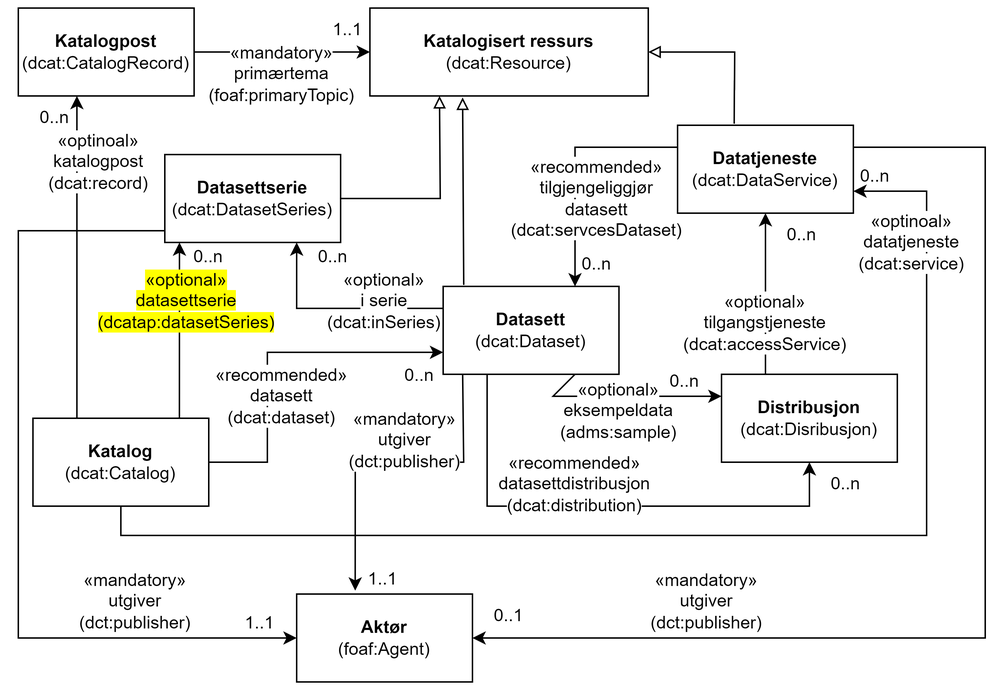
Earlier version of the draw.io export docs/images/DCAT-AP-NO-forenklet-modell.png (Informasjonsforvaltning/dcat-ap-no). Source tidied: cells renumbered, new cells last; positions are measured from the earlier drawing's top-left corner, leaving out a move shared by most shapes.
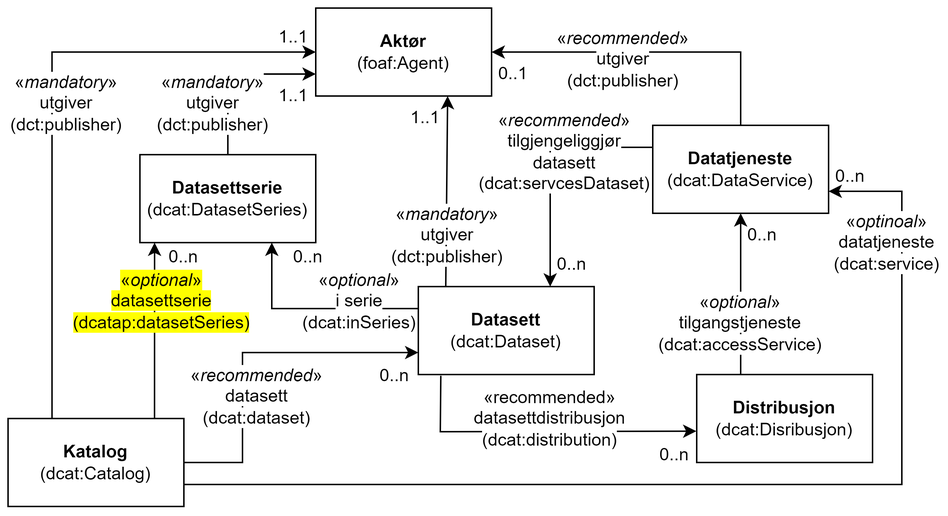
Above is the later version.

Commit message:
Oppdaterer modellen

Change to the diagram source:
```diff
@@ -5,9 +5,6 @@
     <mxCell id="2" value="&lt;b&gt;Datasett&lt;/b&gt;&lt;br&gt;(dcat:Dataset)" style="rounded=0;whiteSpace=wrap;html=1;" parent="1" vertex="1">
       <mxGeometry x="290" y="190" width="120" height="60" as="geometry" />
     </mxCell>
-    <mxCell id="3" value="&lt;b&gt;Katalogisert ressurs&lt;/b&gt;&lt;br&gt;(dcat:Resource)" style="rounded=0;whiteSpace=wrap;html=1;" parent="1" vertex="1">
-      <mxGeometry x="240" width="190" height="60" as="geometry" />
-    </mxCell>
     <mxCell id="4" value="&lt;b&gt;Distribusjon&lt;/b&gt;&lt;br&gt;(dcat:Disribusjon)" style="rounded=0;whiteSpace=wrap;html=1;" parent="1" vertex="1">
       <mxGeometry x="480" y="250" width="120" height="60" as="geometry" />
     </mxCell>
@@ -15,59 +12,30 @@
       <mxGeometry x="100" y="100" width="120" height="60" as="geometry" />
     </mxCell>
     <mxCell id="6" value="&lt;b&gt;Aktør&lt;/b&gt;&lt;br&gt;(foaf:Agent)" style="rounded=0;whiteSpace=wrap;html=1;" parent="1" vertex="1">
-      <mxGeometry x="190" y="400" width="120" height="60" as="geometry" />
+      <mxGeometry x="220" width="120" height="60" as="geometry" />
     </mxCell>
     <mxCell id="7" value="&lt;b&gt;Katalog&lt;br&gt;&lt;/b&gt;(dcat:Catalog)" style="rounded=0;whiteSpace=wrap;html=1;" parent="1" vertex="1">
       <mxGeometry x="10" y="280" width="120" height="60" as="geometry" />
     </mxCell>
-    <mxCell id="8" value="&lt;b&gt;Katalogpost&lt;br&gt;&lt;/b&gt;(dcat:CatalogRecord)" style="rounded=0;whiteSpace=wrap;html=1;" parent="1" vertex="1">
-      <mxGeometry width="120" height="60" as="geometry" />
-    </mxCell>
     <mxCell id="9" value="&lt;b&gt;Datatjeneste&lt;br&gt;&lt;/b&gt;(dcat:DataService)" style="rounded=0;whiteSpace=wrap;html=1;" parent="1" vertex="1">
       <mxGeometry x="450" y="80" width="120" height="60" as="geometry" />
     </mxCell>
-    <mxCell id="10" style="endArrow=classic;html=1;rounded=0;entryX=0;entryY=0.25;entryDx=0;entryDy=0;exitX=0.75;exitY=1;exitDx=0;exitDy=0;" parent="1" edge="1" source="2" target="4">
-      <mxGeometry relative="1" as="geometry">
-        <Array as="points">
-          <mxPoint x="365" y="265" />
-        </Array>
-      </mxGeometry>
-    </mxCell>
-    <mxCell id="11" style="endArrow=classic;html=1;rounded=0;entryX=0.5;entryY=1;entryDx=0;entryDy=0;exitX=0.25;exitY=1;exitDx=0;exitDy=0;" parent="1" edge="1" source="2" target="4">
+    <mxCell id="11" style="endArrow=classic;html=1;rounded=0;entryX=-0.002;entryY=0.644;entryDx=0;entryDy=0;exitX=0.128;exitY=1.014;exitDx=0;exitDy=0;exitPerimeter=0;entryPerimeter=0;" parent="1" edge="1" source="2" target="4">
       <mxGeometry relative="1" as="geometry">
         <Array as="points">
-          <mxPoint x="320" y="340" />
-          <mxPoint x="540" y="340" />
+          <mxPoint x="305" y="289" />
         </Array>
       </mxGeometry>
     </mxCell>
-    <mxCell id="12" value="&lt;span style=&quot;background-color: rgb(255, 255, 255);&quot;&gt;«optional»&lt;br&gt;eksempeldata&lt;br&gt;(adms:sample)&lt;/span&gt;" style="text;html=1;strokeColor=none;fillColor=none;align=center;verticalAlign=middle;whiteSpace=wrap;rounded=0;" parent="1" vertex="1">
-      <mxGeometry x="380" y="260" width="60" height="30" as="geometry" />
-    </mxCell>
-    <mxCell id="13" value="0..n" style="text;html=1;strokeColor=none;fillColor=none;align=center;verticalAlign=middle;whiteSpace=wrap;rounded=0;" parent="1" vertex="1">
-      <mxGeometry x="440" y="240" width="30" height="30" as="geometry" />
-    </mxCell>
     <mxCell id="14" value="0..n" style="text;html=1;strokeColor=none;fillColor=none;align=center;verticalAlign=middle;whiteSpace=wrap;rounded=0;" parent="1" vertex="1">
-      <mxGeometry x="550" y="310" width="30" height="30" as="geometry" />
+      <mxGeometry x="450" y="290" width="30" height="30" as="geometry" />
     </mxCell>
-    <mxCell id="15" style="endArrow=block;endSize=6;endFill=0;html=1;rounded=0;exitX=0.117;exitY=-0.017;exitDx=0;exitDy=0;entryX=0.333;entryY=1.017;entryDx=0;entryDy=0;entryPerimeter=0;exitPerimeter=0;" parent="1" edge="1" source="2" target="3">
-      <mxGeometry relative="1" as="geometry" />
-    </mxCell>
-    <mxCell id="16" style="endArrow=classic;html=1;rounded=0;entryX=0;entryY=0.5;entryDx=0;entryDy=0;exitX=1;exitY=0.5;exitDx=0;exitDy=0;" parent="1" edge="1" source="8" target="3">
-      <mxGeometry relative="1" as="geometry" />
-    </mxCell>
-    <mxCell id="17" value="&lt;span style=&quot;background-color: rgb(255, 255, 255);&quot;&gt;«mandatory»&lt;br style=&quot;border-color: var(--border-color);&quot;&gt;primærtema (foaf:primaryTopic)&lt;/span&gt;" style="text;html=1;strokeColor=none;fillColor=none;align=center;verticalAlign=middle;whiteSpace=wrap;rounded=0;" parent="1" vertex="1">
-      <mxGeometry x="150" y="30" width="60" height="30" as="geometry" />
-    </mxCell>
-    <mxCell id="18" value="1..1" style="text;html=1;strokeColor=none;fillColor=none;align=center;verticalAlign=middle;whiteSpace=wrap;rounded=0;" parent="1" vertex="1">
-      <mxGeometry x="210" width="30" height="30" as="geometry" />
-    </mxCell>
     <mxCell id="19" style="endArrow=classic;html=1;rounded=0;exitX=0.833;exitY=0;exitDx=0;exitDy=0;exitPerimeter=0;" parent="1" edge="1" source="7">
       <mxGeometry relative="1" as="geometry">
         <mxPoint x="110" y="160" as="targetPoint" />
       </mxGeometry>
     </mxCell>
-    <mxCell id="20" value="&lt;span style=&quot;background-color: rgb(255, 255, 0);&quot;&gt;«optional»&lt;br&gt;datasettserie&lt;br&gt;(dcatap:datasetSeries)&lt;/span&gt;" style="text;html=1;strokeColor=none;fillColor=none;align=center;verticalAlign=middle;whiteSpace=wrap;rounded=0;" parent="1" vertex="1">
+    <mxCell id="20" value="&lt;span style=&quot;background-color: rgb(255, 255, 0);&quot;&gt;«&lt;i&gt;optional&lt;/i&gt;»&lt;br&gt;datasettserie&lt;br&gt;(dcatap:datasetSeries)&lt;/span&gt;" style="text;html=1;strokeColor=none;fillColor=none;align=center;verticalAlign=middle;whiteSpace=wrap;rounded=0;" parent="1" vertex="1">
       <mxGeometry x="85" y="185" width="60" height="30" as="geometry" />
     </mxCell>
     <mxCell id="21" value="0..n" style="text;html=1;strokeColor=none;fillColor=none;align=center;verticalAlign=middle;whiteSpace=wrap;rounded=0;" parent="1" vertex="1">
@@ -80,7 +48,7 @@
         </Array>
       </mxGeometry>
     </mxCell>
-    <mxCell id="23" value="&lt;span style=&quot;background-color: rgb(255, 255, 255);&quot;&gt;«optional»&lt;br&gt;i serie&lt;br&gt;(dcat:inSeries)&lt;/span&gt;" style="text;html=1;strokeColor=none;fillColor=none;align=center;verticalAlign=middle;whiteSpace=wrap;rounded=0;" parent="1" vertex="1">
+    <mxCell id="23" value="&lt;span style=&quot;background-color: rgb(255, 255, 255);&quot;&gt;«&lt;i&gt;optional&lt;/i&gt;»&lt;br&gt;i serie&lt;br&gt;(dcat:inSeries)&lt;/span&gt;" style="text;html=1;strokeColor=none;fillColor=none;align=center;verticalAlign=middle;whiteSpace=wrap;rounded=0;" parent="1" vertex="1">
       <mxGeometry x="220" y="185" width="60" height="30" as="geometry" />
     </mxCell>
     <mxCell id="24" value="0..n" style="text;html=1;strokeColor=none;fillColor=none;align=center;verticalAlign=middle;whiteSpace=wrap;rounded=0;" parent="1" vertex="1">
@@ -94,8 +62,8 @@
         </Array>
       </mxGeometry>
     </mxCell>
-    <mxCell id="26" value="&lt;span style=&quot;background-color: rgb(255, 255, 255);&quot;&gt;«recommended»&lt;br&gt;tilgjengeliggjør datasett&lt;br&gt;(dcat:servcesDataset)&lt;/span&gt;" style="text;html=1;strokeColor=none;fillColor=none;align=center;verticalAlign=middle;whiteSpace=wrap;rounded=0;" parent="1" vertex="1">
-      <mxGeometry x="365" y="115" width="60" height="30" as="geometry" />
+    <mxCell id="26" value="&lt;span style=&quot;background-color: rgb(255, 255, 255);&quot;&gt;«&lt;i&gt;recommended&lt;/i&gt;»&lt;br&gt;tilgjengeliggjør datasett&lt;br&gt;(dcat:servcesDataset)&lt;/span&gt;" style="text;html=1;strokeColor=none;fillColor=none;align=center;verticalAlign=middle;whiteSpace=wrap;rounded=0;" parent="1" vertex="1">
+      <mxGeometry x="360" y="80" width="60" height="35" as="geometry" />
     </mxCell>
     <mxCell id="27" value="0..n" style="text;html=1;strokeColor=none;fillColor=none;align=center;verticalAlign=middle;whiteSpace=wrap;rounded=0;" parent="1" vertex="1">
       <mxGeometry x="570" y="100" width="30" height="30" as="geometry" />
@@ -103,22 +71,21 @@
     <mxCell id="28" style="endArrow=classic;html=1;rounded=0;entryX=0.5;entryY=1;entryDx=0;entryDy=0;exitX=0.25;exitY=0;exitDx=0;exitDy=0;" parent="1" edge="1" source="4" target="9">
       <mxGeometry relative="1" as="geometry" />
     </mxCell>
-    <mxCell id="29" value="&lt;span style=&quot;background-color: rgb(255, 255, 255);&quot;&gt;«optional»&lt;br&gt;tilgangstjeneste&lt;br&gt;(dcat:accessService)&lt;/span&gt;" style="text;html=1;strokeColor=none;fillColor=none;align=center;verticalAlign=middle;whiteSpace=wrap;rounded=0;" parent="1" vertex="1">
+    <mxCell id="29" value="&lt;span style=&quot;background-color: rgb(255, 255, 255);&quot;&gt;«&lt;i&gt;optional&lt;/i&gt;»&lt;br&gt;tilgangstjeneste&lt;br&gt;(dcat:accessService)&lt;/span&gt;" style="text;html=1;strokeColor=none;fillColor=none;align=center;verticalAlign=middle;whiteSpace=wrap;rounded=0;" parent="1" vertex="1">
       <mxGeometry x="480" y="200" width="60" height="30" as="geometry" />
     </mxCell>
     <mxCell id="30" value="0..n" style="text;html=1;strokeColor=none;fillColor=none;align=center;verticalAlign=middle;whiteSpace=wrap;rounded=0;" parent="1" vertex="1">
-      <mxGeometry x="520" y="140" width="30" height="30" as="geometry" />
+      <mxGeometry x="510" y="140" width="30" height="30" as="geometry" />
     </mxCell>
-    <mxCell id="31" style="endArrow=classic;html=1;rounded=0;exitX=0.5;exitY=1;exitDx=0;exitDy=0;entryX=1;entryY=0.75;entryDx=0;entryDy=0;" parent="1" edge="1" source="7" target="9">
+    <mxCell id="31" style="endArrow=classic;html=1;rounded=0;exitX=1;exitY=0.75;exitDx=0;exitDy=0;entryX=1;entryY=0.75;entryDx=0;entryDy=0;" parent="1" edge="1" source="7" target="9">
       <mxGeometry relative="1" as="geometry">
         <Array as="points">
-          <mxPoint x="70" y="360" />
-          <mxPoint x="620" y="360" />
+          <mxPoint x="620" y="325" />
           <mxPoint x="620" y="125" />
         </Array>
       </mxGeometry>
     </mxCell>
-    <mxCell id="32" value="&lt;span style=&quot;background-color: rgb(255, 255, 255);&quot;&gt;«optinoal»&lt;br&gt;datatjeneste&lt;br&gt;(dcat:service)&lt;/span&gt;" style="text;html=1;strokeColor=none;fillColor=none;align=center;verticalAlign=middle;whiteSpace=wrap;rounded=0;" parent="1" vertex="1">
+    <mxCell id="32" value="&lt;span style=&quot;background-color: rgb(255, 255, 255);&quot;&gt;«&lt;i&gt;optinoal&lt;/i&gt;»&lt;br&gt;datatjeneste&lt;br&gt;(dcat:service)&lt;/span&gt;" style="text;html=1;strokeColor=none;fillColor=none;align=center;verticalAlign=middle;whiteSpace=wrap;rounded=0;" parent="1" vertex="1">
       <mxGeometry x="580" y="145" width="60" height="30" as="geometry" />
     </mxCell>
     <mxCell id="33" value="0..n" style="text;html=1;strokeColor=none;fillColor=none;align=center;verticalAlign=middle;whiteSpace=wrap;rounded=0;" parent="1" vertex="1">
@@ -137,79 +104,62 @@
     <mxCell id="35" value="0..n" style="text;html=1;strokeColor=none;fillColor=none;align=center;verticalAlign=middle;whiteSpace=wrap;rounded=0;" parent="1" vertex="1">
       <mxGeometry x="259" y="236" width="30" height="30" as="geometry" />
     </mxCell>
-    <mxCell id="36" value="&lt;span style=&quot;background-color: rgb(255, 255, 255);&quot;&gt;«recommended»&lt;br&gt;datasett&lt;br&gt;(dcat:dataset)&lt;/span&gt;" style="text;html=1;strokeColor=none;fillColor=none;align=center;verticalAlign=middle;whiteSpace=wrap;rounded=0;" parent="1" vertex="1">
+    <mxCell id="36" value="&lt;span style=&quot;background-color: rgb(255, 255, 255);&quot;&gt;«&lt;i&gt;recommended&lt;/i&gt;»&lt;br&gt;datasett&lt;br&gt;(dcat:dataset)&lt;/span&gt;" style="text;html=1;strokeColor=none;fillColor=none;align=center;verticalAlign=middle;whiteSpace=wrap;rounded=0;" parent="1" vertex="1">
       <mxGeometry x="150" y="250" width="60" height="30" as="geometry" />
     </mxCell>
-    <mxCell id="37" style="endArrow=classic;html=1;rounded=0;exitX=0.25;exitY=0;exitDx=0;exitDy=0;" parent="1" edge="1" source="7">
-      <mxGeometry relative="1" as="geometry">
-        <mxPoint x="40" y="60" as="targetPoint" />
-      </mxGeometry>
-    </mxCell>
-    <mxCell id="38" value="&lt;span style=&quot;background-color: rgb(255, 255, 255);&quot;&gt;«optinoal»&lt;br&gt;katalogpost&lt;br&gt;(dcat:record)&lt;/span&gt;" style="text;html=1;strokeColor=none;fillColor=none;align=center;verticalAlign=middle;whiteSpace=wrap;rounded=0;" parent="1" vertex="1">
-      <mxGeometry x="25" y="90" width="60" height="30" as="geometry" />
-    </mxCell>
-    <mxCell id="39" value="0..n" style="text;html=1;strokeColor=none;fillColor=none;align=center;verticalAlign=middle;whiteSpace=wrap;rounded=0;" parent="1" vertex="1">
-      <mxGeometry x="10" y="60" width="30" height="30" as="geometry" />
-    </mxCell>
-    <mxCell id="40" style="endArrow=block;endSize=6;endFill=0;html=1;rounded=0;entryX=0.25;entryY=1;entryDx=0;entryDy=0;exitX=1;exitY=0.5;exitDx=0;exitDy=0;" parent="1" edge="1" source="5" target="3">
-      <mxGeometry relative="1" as="geometry">
-        <Array as="points">
-          <mxPoint x="288" y="130" />
-        </Array>
-      </mxGeometry>
-    </mxCell>
     <mxCell id="41" value="&lt;span style=&quot;background-color: rgb(255, 255, 255);&quot;&gt;«recommended»&lt;br&gt;datasettdistribusjon&lt;br&gt;(dcat:distribution)&lt;/span&gt;" style="text;html=1;strokeColor=none;fillColor=none;align=center;verticalAlign=middle;whiteSpace=wrap;rounded=0;" parent="1" vertex="1">
-      <mxGeometry x="350" y="310" width="60" height="30" as="geometry" />
+      <mxGeometry x="350" y="265" width="60" height="30" as="geometry" />
     </mxCell>
-    <mxCell id="42" style="endArrow=block;endSize=6;endFill=0;html=1;rounded=0;entryX=1;entryY=0.5;entryDx=0;entryDy=0;exitX=0.322;exitY=-0.017;exitDx=0;exitDy=0;exitPerimeter=0;" parent="1" edge="1" source="9" target="3">
-      <mxGeometry relative="1" as="geometry">
-        <Array as="points">
-          <mxPoint x="489" y="30" />
-        </Array>
-      </mxGeometry>
-    </mxCell>
-    <mxCell id="43" style="endArrow=classic;html=1;rounded=0;exitX=1;exitY=0.25;exitDx=0;exitDy=0;entryX=1;entryY=0.5;entryDx=0;entryDy=0;" parent="1" edge="1" source="9" target="6">
+    <mxCell id="43" style="endArrow=classic;html=1;rounded=0;exitX=0.5;exitY=0;exitDx=0;exitDy=0;entryX=1;entryY=0.5;entryDx=0;entryDy=0;" parent="1" edge="1" source="9" target="6">
       <mxGeometry relative="1" as="geometry">
         <Array as="points">
-          <mxPoint x="660" y="95" />
-          <mxPoint x="660" y="430" />
+          <mxPoint x="510" y="30" />
         </Array>
       </mxGeometry>
     </mxCell>
-    <mxCell id="44" style="endArrow=classic;html=1;rounded=0;exitX=0.111;exitY=0.994;exitDx=0;exitDy=0;exitPerimeter=0;entryX=0.333;entryY=-0.039;entryDx=0;entryDy=0;entryPerimeter=0;" parent="1" edge="1" source="2" target="6">
+    <mxCell id="44" style="endArrow=classic;html=1;rounded=0;exitX=0.156;exitY=0.005;exitDx=0;exitDy=0;exitPerimeter=0;" parent="1" edge="1" source="2">
       <mxGeometry relative="1" as="geometry">
-        <Array as="points">
-          <mxPoint x="304" y="310" />
-          <mxPoint x="230" y="310" />
-        </Array>
+        <mxPoint x="310" y="60" as="targetPoint" />
       </mxGeometry>
     </mxCell>
-    <mxCell id="45" style="endArrow=classic;html=1;rounded=0;entryX=0;entryY=0.5;entryDx=0;entryDy=0;" parent="1" edge="1" target="6">
+    <mxCell id="45" style="endArrow=classic;html=1;rounded=0;entryX=0;entryY=0.75;entryDx=0;entryDy=0;exitX=0.5;exitY=0;exitDx=0;exitDy=0;" parent="1" edge="1" source="5" target="6">
       <mxGeometry relative="1" as="geometry">
-        <mxPoint x="100" y="152" as="sourcePoint" />
         <Array as="points">
-          <mxPoint y="152" />
-          <mxPoint y="430" />
+          <mxPoint x="160" y="45" />
         </Array>
       </mxGeometry>
     </mxCell>
-    <mxCell id="46" value="&lt;span style=&quot;background-color: rgb(255, 255, 255);&quot;&gt;«mandatory»&lt;br style=&quot;border-color: var(--border-color);&quot;&gt;utgiver&lt;br&gt;(dct:publisher)&lt;/span&gt;" style="text;html=1;strokeColor=none;fillColor=none;align=center;verticalAlign=middle;whiteSpace=wrap;rounded=0;" parent="1" vertex="1">
-      <mxGeometry x="234" y="280" width="60" height="30" as="geometry" />
+    <mxCell id="46" value="&lt;span style=&quot;background-color: rgb(255, 255, 255);&quot;&gt;«&lt;i&gt;mandatory&lt;/i&gt;»&lt;br style=&quot;border-color: var(--border-color);&quot;&gt;utgiver&lt;br&gt;(dct:publisher)&lt;/span&gt;" style="text;html=1;strokeColor=none;fillColor=none;align=center;verticalAlign=middle;whiteSpace=wrap;rounded=0;" parent="1" vertex="1">
+      <mxGeometry x="280" y="140" width="60" height="30" as="geometry" />
     </mxCell>
     <mxCell id="47" value="1..1" style="text;html=1;strokeColor=none;fillColor=none;align=center;verticalAlign=middle;whiteSpace=wrap;rounded=0;" parent="1" vertex="1">
-      <mxGeometry x="234" y="375" width="30" height="30" as="geometry" />
+      <mxGeometry x="280" y="60" width="30" height="30" as="geometry" />
     </mxCell>
-    <mxCell id="48" value="&lt;span style=&quot;background-color: rgb(255, 255, 255);&quot;&gt;«mandatory»&lt;br style=&quot;border-color: var(--border-color);&quot;&gt;utgiver&lt;br&gt;(dct:publisher)&lt;/span&gt;" style="text;html=1;strokeColor=none;fillColor=none;align=center;verticalAlign=middle;whiteSpace=wrap;rounded=0;" parent="1" vertex="1">
-      <mxGeometry x="50" y="390" width="60" height="30" as="geometry" />
+    <mxCell id="48" value="&lt;span style=&quot;background-color: rgb(255, 255, 255);&quot;&gt;«&lt;i&gt;mandatory&lt;/i&gt;»&lt;br style=&quot;border-color: var(--border-color);&quot;&gt;utgiver&lt;br&gt;(dct:publisher)&lt;/span&gt;" style="text;html=1;strokeColor=none;fillColor=none;align=center;verticalAlign=middle;whiteSpace=wrap;rounded=0;" parent="1" vertex="1">
+      <mxGeometry x="120" y="50" width="60" height="30" as="geometry" />
     </mxCell>
     <mxCell id="49" value="1..1" style="text;html=1;strokeColor=none;fillColor=none;align=center;verticalAlign=middle;whiteSpace=wrap;rounded=0;" parent="1" vertex="1">
-      <mxGeometry x="150" y="405" width="30" height="30" as="geometry" />
+      <mxGeometry x="190" y="50" width="30" height="20" as="geometry" />
     </mxCell>
-    <mxCell id="50" value="&lt;span style=&quot;background-color: rgb(255, 255, 255);&quot;&gt;«mandatory»&lt;br style=&quot;border-color: var(--border-color);&quot;&gt;utgiver&lt;br&gt;(dct:publisher)&lt;/span&gt;" style="text;html=1;strokeColor=none;fillColor=none;align=center;verticalAlign=middle;whiteSpace=wrap;rounded=0;" parent="1" vertex="1">
-      <mxGeometry x="440" y="390" width="60" height="30" as="geometry" />
+    <mxCell id="50" value="&lt;span style=&quot;background-color: rgb(255, 255, 255);&quot;&gt;«&lt;i&gt;recommended&lt;/i&gt;»&lt;br style=&quot;border-color: var(--border-color);&quot;&gt;utgiver&lt;br&gt;(dct:publisher)&lt;/span&gt;" style="text;html=1;strokeColor=none;fillColor=none;align=center;verticalAlign=middle;whiteSpace=wrap;rounded=0;" parent="1" vertex="1">
+      <mxGeometry x="400" y="20" width="60" height="30" as="geometry" />
     </mxCell>
     <mxCell id="51" value="0..1" style="text;html=1;strokeColor=none;fillColor=none;align=center;verticalAlign=middle;whiteSpace=wrap;rounded=0;" parent="1" vertex="1">
-      <mxGeometry x="320" y="400" width="30" height="30" as="geometry" />
+      <mxGeometry x="340" y="30" width="30" height="30" as="geometry" />
     </mxCell>
+    <mxCell id="52" style="endArrow=classic;html=1;rounded=0;entryX=0;entryY=0.5;entryDx=0;entryDy=0;" parent="1" edge="1" target="6">
+      <mxGeometry relative="1" as="geometry">
+        <mxPoint x="40" y="280" as="sourcePoint" />
+        <Array as="points">
+          <mxPoint x="40" y="30" />
+        </Array>
+      </mxGeometry>
+    </mxCell>
+    <mxCell id="53" value="&lt;span style=&quot;background-color: rgb(255, 255, 255);&quot;&gt;«&lt;i&gt;mandatory&lt;/i&gt;»&lt;br style=&quot;border-color: var(--border-color);&quot;&gt;utgiver&lt;br&gt;(dct:publisher)&lt;/span&gt;" style="text;html=1;strokeColor=none;fillColor=none;align=center;verticalAlign=middle;whiteSpace=wrap;rounded=0;" parent="1" vertex="1">
+      <mxGeometry x="20" y="50" width="60" height="30" as="geometry" />
+    </mxCell>
+    <mxCell id="18" value="1..1" style="text;html=1;strokeColor=none;fillColor=none;align=center;verticalAlign=middle;whiteSpace=wrap;rounded=0;" parent="1" vertex="1">
+      <mxGeometry x="190" y="10" width="30" height="20" as="geometry" />
+    </mxCell>
   </root>
 </mxGraphModel>
```
